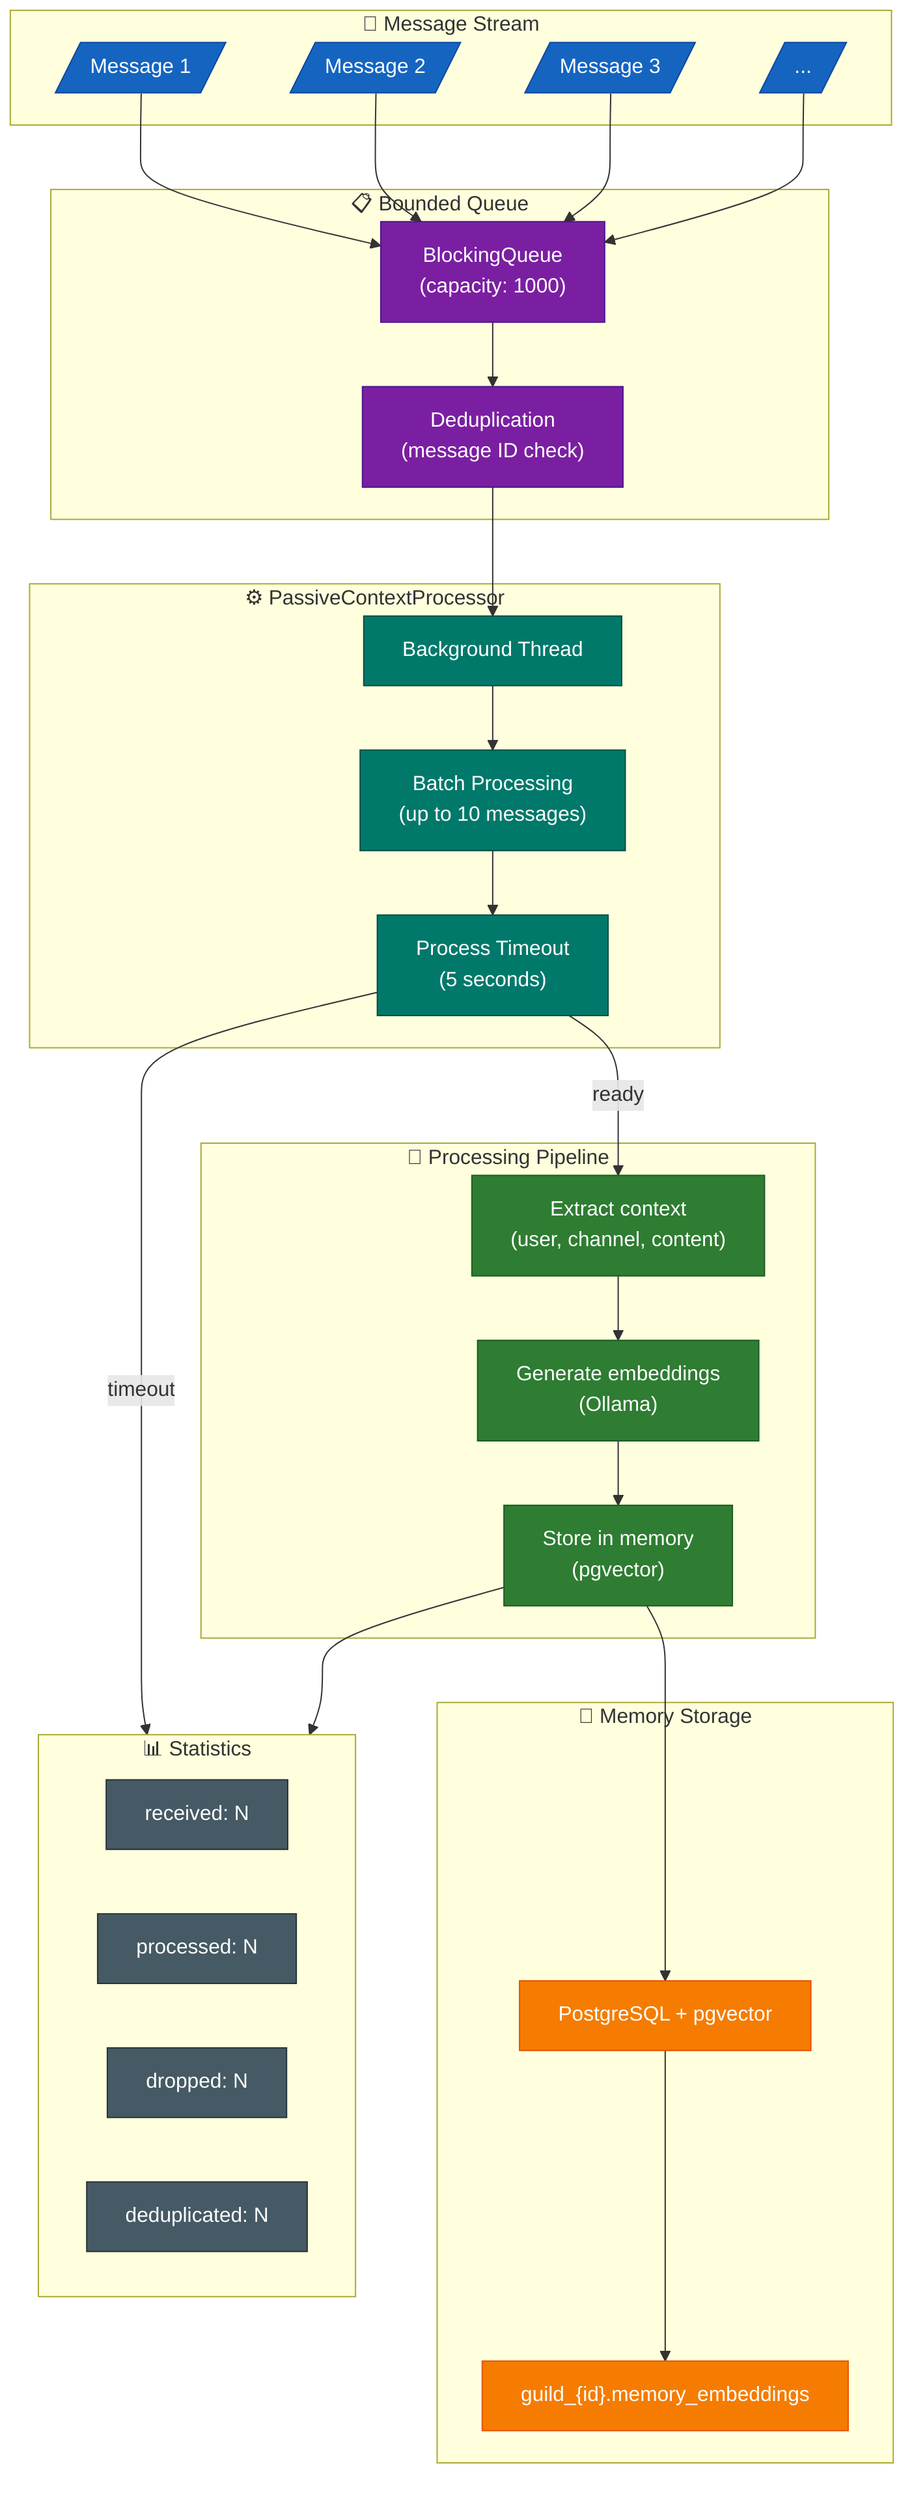
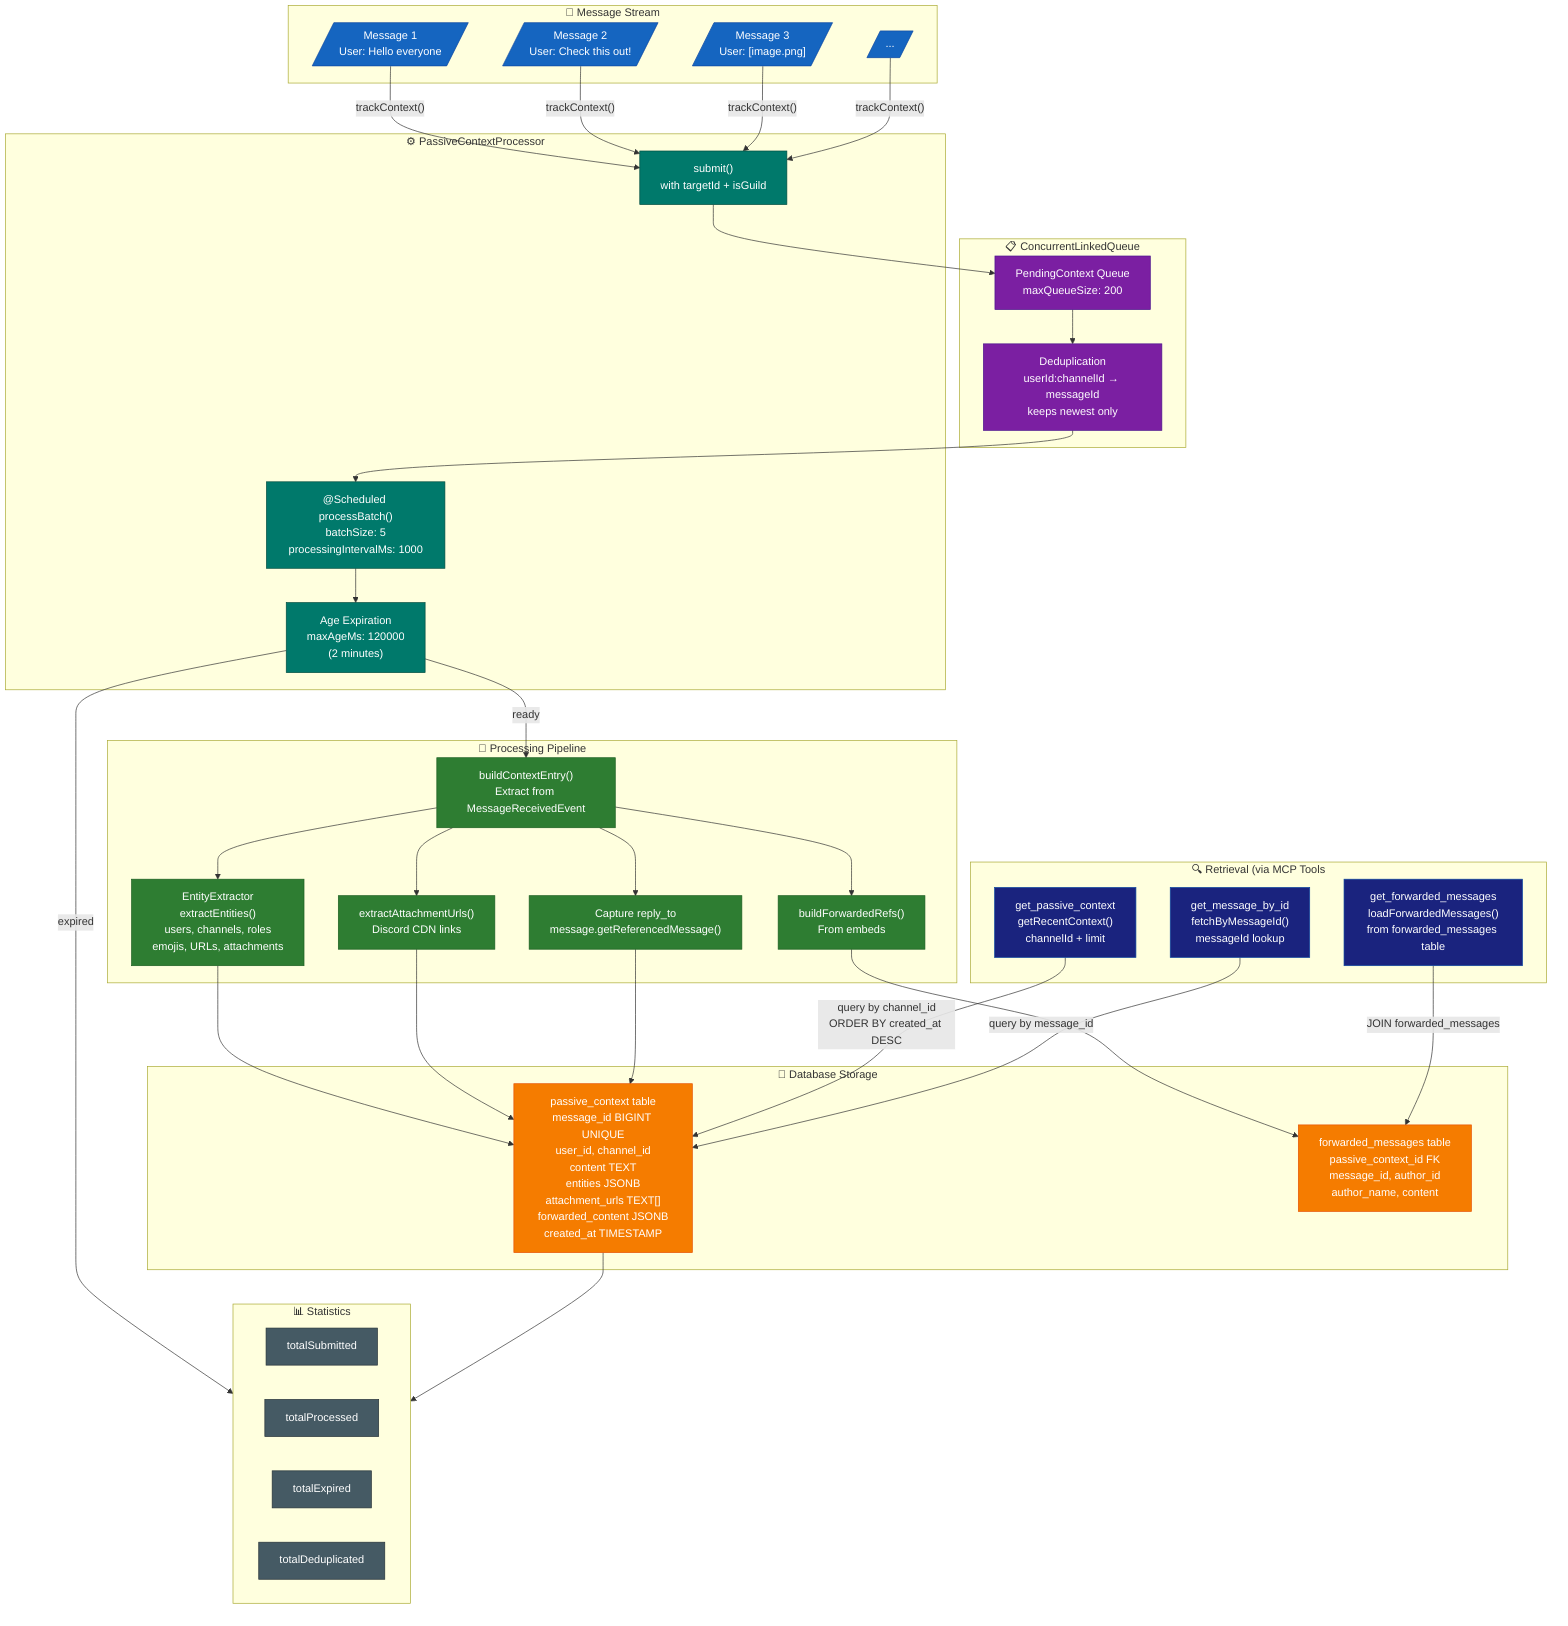
- %% Pudel Passive Context Processor v2.1.1
+ %% Pudel Passive Context Processor v2.3.0
+ %% Collects messages Pudel observes but doesn't respond to

flowchart TD
    subgraph Input["📨 Message Stream"]
-         MSG1[/"Message 1"/]
-         MSG2[/"Message 2"/]
-         MSG3[/"Message 3"/]
+         MSG1[/"Message 1<br/>User: Hello everyone"/]
+         MSG2[/"Message 2<br/>User: Check this out!"/]
+         MSG3[/"Message 3<br/>User: [image.png]"/]
        MSG_N[/"..."/]
    end

-     subgraph Queue["📋 Bounded Queue"]
-         QUEUE["BlockingQueue<br/>(capacity: 1000)"]
-         DEDUP["Deduplication<br/>(message ID check)"]
+     subgraph Queue["📋 ConcurrentLinkedQueue"]
+         QUEUE["PendingContext Queue<br/>maxQueueSize: 200"]
+         DEDUP["Deduplication<br/>userId:channelId → messageId<br/>keeps newest only"]
    end

    subgraph Processor["⚙️ PassiveContextProcessor"]
-         THREAD["Background Thread"]
-         BATCH["Batch Processing<br/>(up to 10 messages)"]
-         TIMEOUT["Process Timeout<br/>(5 seconds)"]
+         SUBMIT["submit()<br/>with targetId + isGuild"]
+         BATCH["@Scheduled processBatch()<br/>batchSize: 5<br/>processingIntervalMs: 1000"]
+         EXPIRE["Age Expiration<br/>maxAgeMs: 120000<br/>(2 minutes)"]
    end

    subgraph Processing["🔄 Processing Pipeline"]
-         EXTRACT["Extract context<br/>(user, channel, content)"]
-         EMBED["Generate embeddings<br/>(Ollama)"]
-         STORE["Store in memory<br/>(pgvector)"]
+         BUILD["buildContextEntry()<br/>Extract from MessageReceivedEvent"]
+         EXTRACT["EntityExtractor<br/>extractEntities()<br/>users, channels, roles<br/>emojis, URLs, attachments"]
+         ATTACH["extractAttachmentUrls()<br/>Discord CDN links"]
+         REPLY["Capture reply_to<br/>message.getReferencedMessage()"]
+         FORWARD["buildForwardedRefs()<br/>From embeds"]
    end

-     subgraph Memory["🧠 Memory Storage"]
-         PGVECTOR["PostgreSQL + pgvector"]
-         SCHEMA["guild_{id}.memory_embeddings"]
+     subgraph Storage["💾 Database Storage"]
+         PC_TABLE["passive_context table<br/>message_id BIGINT UNIQUE<br/>user_id, channel_id<br/>content TEXT<br/>entities JSONB<br/>attachment_urls TEXT[]<br/>forwarded_content JSONB<br/>created_at TIMESTAMP"]
+         FWD_TABLE["forwarded_messages table<br/>passive_context_id FK<br/>message_id, author_id<br/>author_name, content"]
+     end
+ 
+     subgraph Retrieval["🔍 Retrieval (via MCP Tools"]
+         GET_RECENT["get_passive_context<br/>getRecentContext()<br/>channelId + limit"]
+         GET_BY_ID["get_message_by_id<br/>fetchByMessageId()<br/>messageId lookup"]
+         GET_FWD["get_forwarded_messages<br/>loadForwardedMessages()<br/>from forwarded_messages table"]
    end

    subgraph Stats["📊 Statistics"]
-         RECEIVED["received: N"]
-         PROCESSED["processed: N"]
-         DROPPED["dropped: N"]
-         DEDUPLICATED["deduplicated: N"]
+         SUBMITTED["totalSubmitted"]
+         PROCESSED["totalProcessed"]
+         EXPIRED["totalExpired"]
+         DEDUPLICATED["totalDeduplicated"]
    end

    %% Flow
-     MSG1 --> QUEUE
-     MSG2 --> QUEUE
-     MSG3 --> QUEUE
-     MSG_N --> QUEUE
+     MSG1 -->|"trackContext()"| SUBMIT
+     MSG2 -->|"trackContext()"| SUBMIT
+     MSG3 -->|"trackContext()"| SUBMIT
+     MSG_N -->|"trackContext()"| SUBMIT

+     SUBMIT --> QUEUE
    QUEUE --> DEDUP
-     DEDUP --> THREAD
+     DEDUP --> BATCH

-     THREAD --> BATCH
-     BATCH --> TIMEOUT
+     BATCH --> EXPIRE
+     EXPIRE -->|"expired"| Stats
+     EXPIRE -->|"ready"| BUILD

-     TIMEOUT -->|"timeout"| Stats
-     TIMEOUT -->|"ready"| EXTRACT
+     BUILD --> EXTRACT
+     BUILD --> ATTACH
+     BUILD --> REPLY
+     BUILD --> FORWARD

-     EXTRACT --> EMBED
-     EMBED --> STORE
-     STORE --> PGVECTOR
-     PGVECTOR --> SCHEMA
+     EXTRACT --> PC_TABLE
+     ATTACH --> PC_TABLE
+     REPLY --> PC_TABLE
+     FORWARD --> FWD_TABLE

-     STORE --> Stats
+     PC_TABLE --> Stats
+ 
+     %% Retrieval
+     GET_RECENT -->|"query by channel_id<br/>ORDER BY created_at DESC"| PC_TABLE
+     GET_BY_ID -->|"query by message_id"| PC_TABLE
+     GET_FWD -->|"JOIN forwarded_messages"| FWD_TABLE

    %% Styling
    classDef input fill:#1565c0,stroke:#0d47a1,color:#fff
    classDef queue fill:#7b1fa2,stroke:#4a148c,color:#fff
    classDef processor fill:#00796b,stroke:#004d40,color:#fff
    classDef processing fill:#2e7d32,stroke:#1b5e20,color:#fff
-     classDef memory fill:#f57c00,stroke:#e65100,color:#fff
+     classDef storage fill:#f57c00,stroke:#e65100,color:#fff
+     classDef retrieval fill:#1a237e,stroke:#0d47a1,color:#fff
    classDef stats fill:#455a64,stroke:#263238,color:#fff

    class MSG1,MSG2,MSG3,MSG_N input
    class QUEUE,DEDUP queue
-     class THREAD,BATCH,TIMEOUT processor
-     class EXTRACT,EMBED,STORE processing
-     class PGVECTOR,SCHEMA memory
-     class RECEIVED,PROCESSED,DROPPED,DEDUPLICATED stats
+     class SUBMIT,BATCH,EXPIRE processor
+     class BUILD,EXTRACT,ATTACH,REPLY,FORWARD processing
+     class PC_TABLE,FWD_TABLE storage
+     class GET_RECENT,GET_BY_ID,GET_FWD retrieval
+     class SUBMITTED,PROCESSED,EXPIRED,DEDUPLICATED stats
